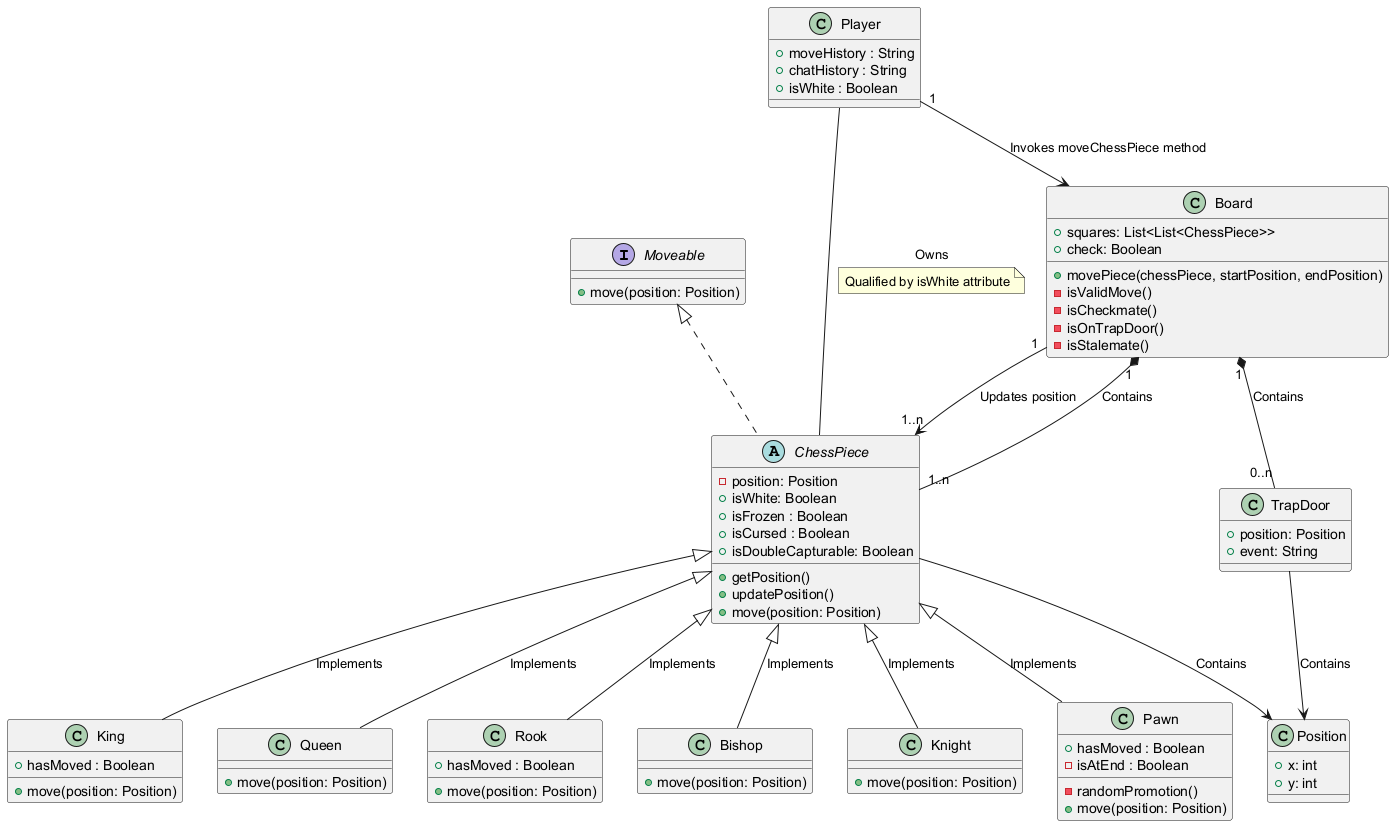
ThisIs-RJP/CSC1046 keeps this PlantUML diagram as umlClassBuilding/classDiagrams.png. Above is the earlier version.
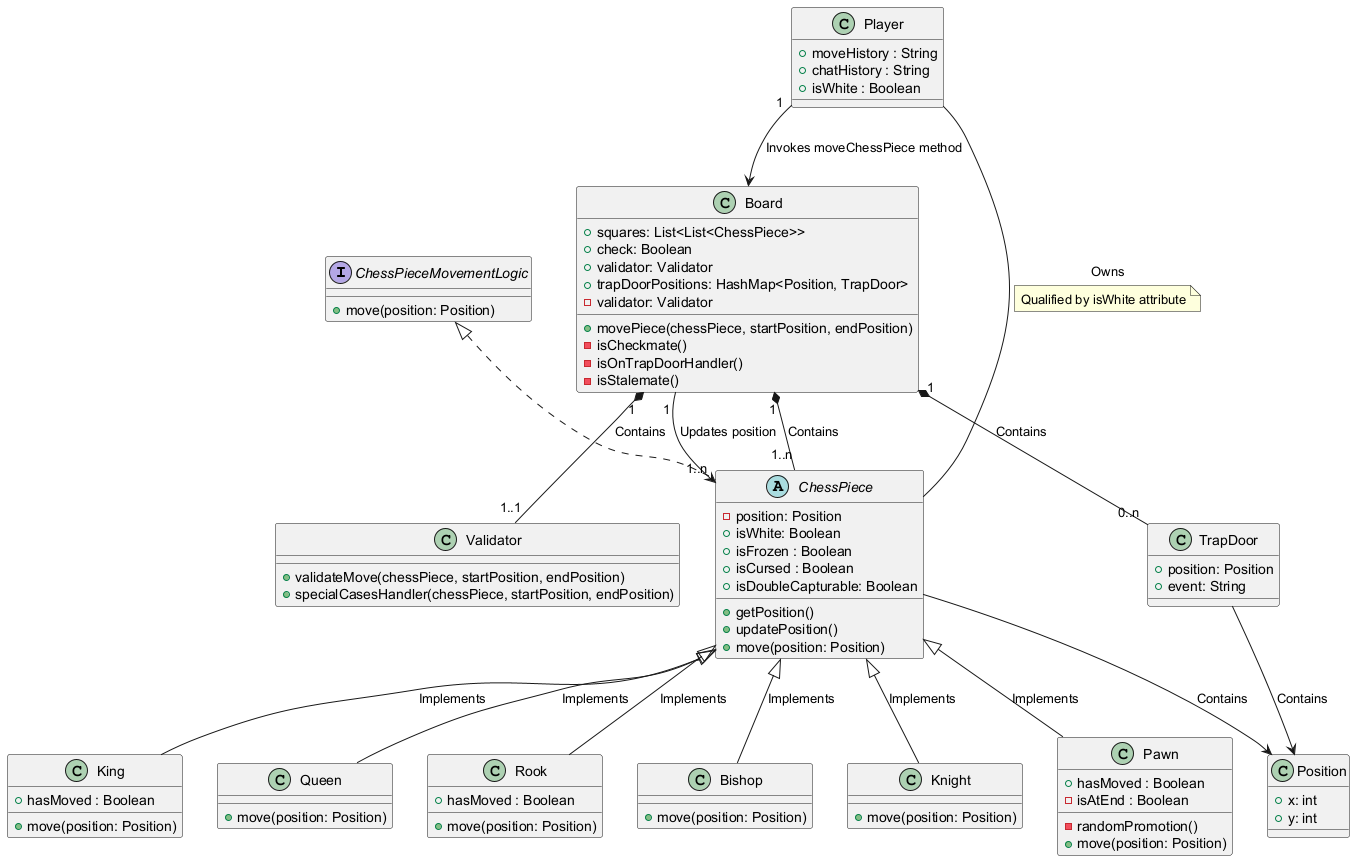
The same diagram one commit later.

Commit message:
- Added Valdidator class to UML class Diagrams - Implemented a HashMap <Position, Trapdoor> to Board class - Fixed Naming for interface

The edit, as a diff of the source:
```diff
@@ -1,10 +1,10 @@
 @startuml
 
-interface Moveable{
+interface ChessPieceMovementLogic{
     + move(position: Position)
 }
 
-abstract class ChessPiece implements Moveable{
+abstract class ChessPiece implements ChessPieceMovementLogic{
     - position: Position
     + isWhite: Boolean
     + isFrozen : Boolean
@@ -15,13 +15,20 @@
     + move(position: Position)
 }
 
+class Validator {
+    + validateMove(chessPiece, startPosition, endPosition)
+    + specialCasesHandler(chessPiece, startPosition, endPosition)
+}
+
 class Board {
     + squares: List<List<ChessPiece>>
     + check: Boolean
+    + validator: Validator
+    + trapDoorPositions: HashMap<Position, TrapDoor>
     + movePiece(chessPiece, startPosition, endPosition)
-    - isValidMove()
+    - validator: Validator
     - isCheckmate()
-    - isOnTrapDoor()
+    - isOnTrapDoorHandler()
     - isStalemate()
 }
 
@@ -73,7 +80,7 @@
 Board "1" --> "1..n" ChessPiece : "Updates position"
 Board "1" *-- "1..n" ChessPiece : "Contains"
 Board "1" *-- "0..n" TrapDoor : "Contains"
-
+Board "1" *-- "1..1" Validator : "Contains"
 Player "1" --> Board : "Invokes moveChessPiece method"
 
 TrapDoor --> Position : "Contains"
```
